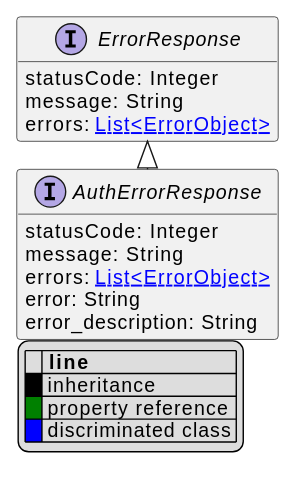
commercetools/commercetools-api-reference keeps this PlantUML diagram as uml/api/svg/ErrorResponse.svg. Above is the earlier version. Its diagram source:
```plantuml
@startuml
!pragma layout elk
hide empty fields
hide empty methods
legend
|= |= line |
|<back:black>   </back>| inheritance |
|<back:green>   </back>| property reference |
|<back:blue>   </back>| discriminated class |
endlegend
interface ErrorResponse [[ErrorResponse.svg]]  {
    statusCode: Integer
    message: String
    errors: [[ErrorObject.svg List<ErrorObject>]]
}

interface AuthErrorResponse [[AuthErrorResponse.svg]] extends ErrorResponse {
    statusCode: Integer
    message: String
    errors: [[ErrorObject.svg List<ErrorObject>]]
    error: String
    error_description: String
}




@enduml
```
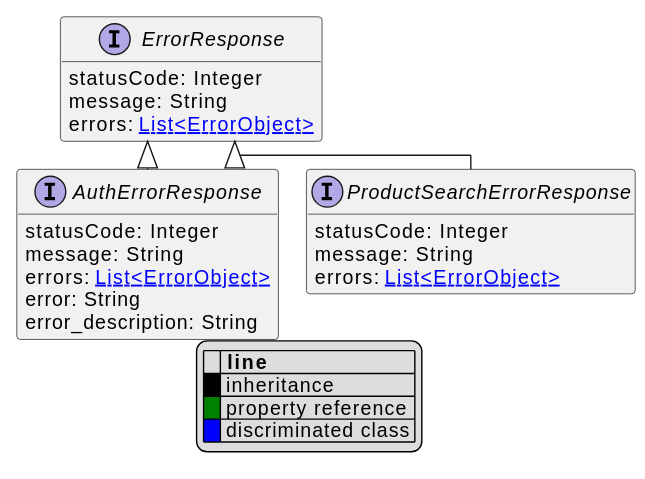
The same file after the commit.

Change to the diagram source:
```diff
@@ -21,6 +21,11 @@
     error: String
     error_description: String
 }
+interface ProductSearchErrorResponse [[ProductSearchErrorResponse.svg]] extends ErrorResponse {
+    statusCode: Integer
+    message: String
+    errors: [[ErrorObject.svg List<ErrorObject>]]
+}
 
 
 
```
